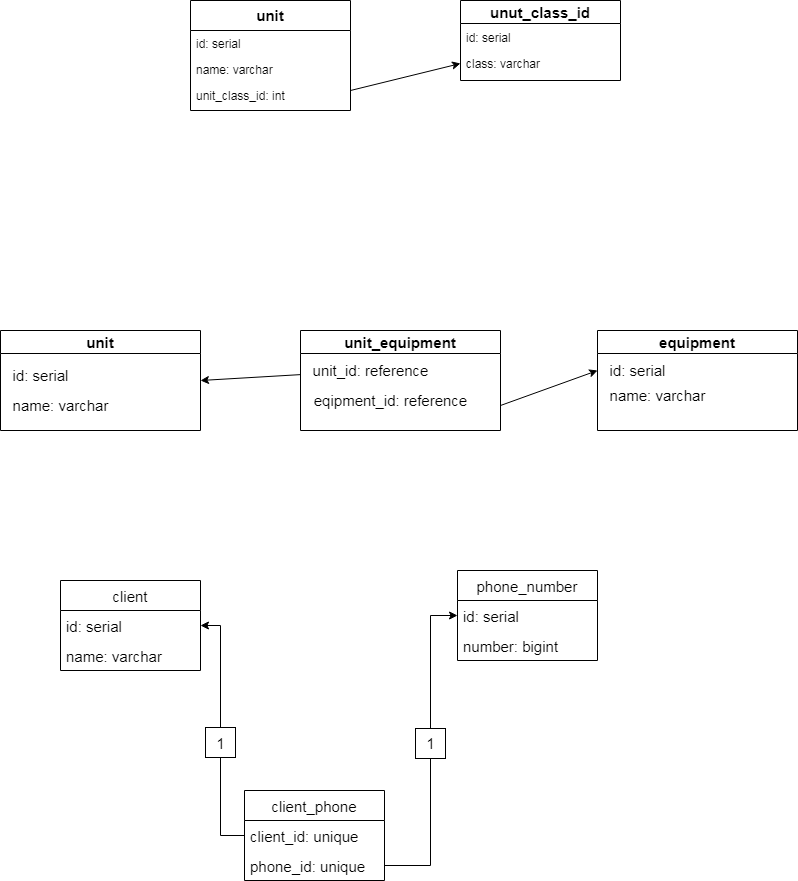
Vint-Razor/job4j_design keeps this draw.io diagram as data/postgres_script/relationships.drawio.png. Above is the earlier version. Source tidied: cells renumbered, new cells last; positions are measured from the earlier drawing's top-left corner, leaving out a move shared by most shapes.
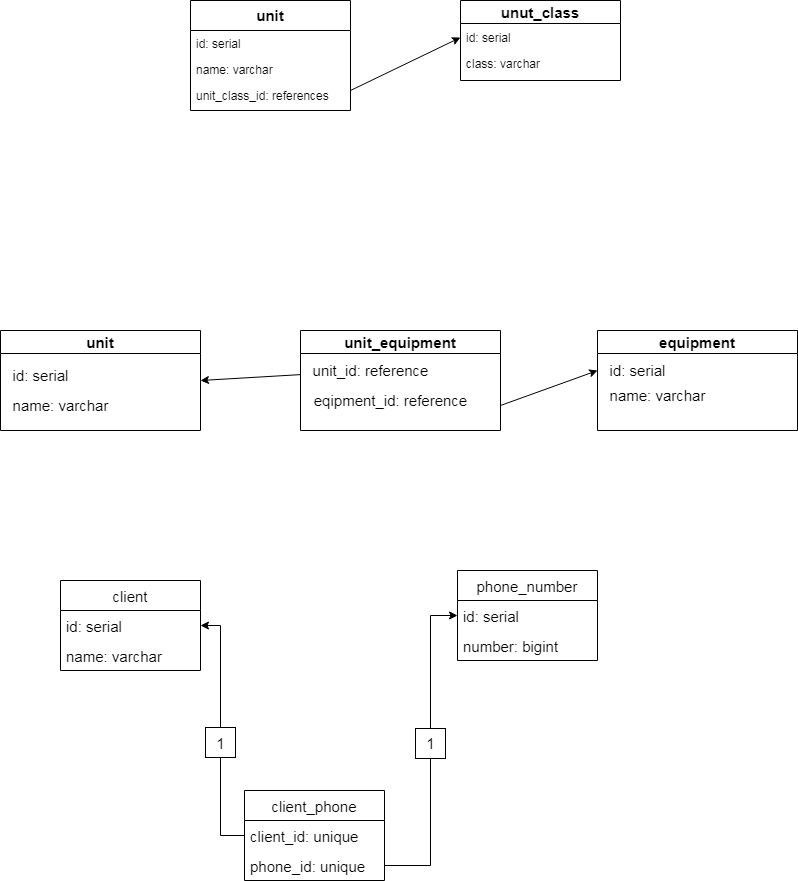
After the change.

Change to the diagram source:
```diff
@@ -11,10 +11,10 @@
     <mxCell id="4" value="name: varchar" style="text;align=left;verticalAlign=top;spacingLeft=4;spacingRight=4;overflow=hidden;rounded=0;shadow=0;html=0;" parent="2" vertex="1">
       <mxGeometry y="56" width="160" height="26" as="geometry" />
     </mxCell>
-    <mxCell id="5" value="unit_class_id: int" style="text;align=left;verticalAlign=top;spacingLeft=4;spacingRight=4;overflow=hidden;rounded=0;shadow=0;html=0;" parent="2" vertex="1">
+    <mxCell id="5" value="unit_class_id: references" style="text;align=left;verticalAlign=top;spacingLeft=4;spacingRight=4;overflow=hidden;rounded=0;shadow=0;html=0;" parent="2" vertex="1">
       <mxGeometry y="82" width="160" height="26" as="geometry" />
     </mxCell>
-    <mxCell id="6" value="unut_class_id" style="swimlane;fontSize=15;" parent="1" vertex="1">
+    <mxCell id="6" value="unut_class" style="swimlane;fontSize=15;" parent="1" vertex="1">
       <mxGeometry x="460" width="160" height="80" as="geometry" />
     </mxCell>
     <mxCell id="7" value="id: serial" style="text;align=left;verticalAlign=top;spacingLeft=4;spacingRight=4;overflow=hidden;points=[[0,0.5],[1,0.5]];portConstraint=eastwest;" parent="6" vertex="1">
@@ -23,7 +23,7 @@
     <mxCell id="8" value="class: varchar" style="text;align=left;verticalAlign=top;spacingLeft=4;spacingRight=4;overflow=hidden;points=[[0,0.5],[1,0.5]];portConstraint=eastwest;rounded=0;shadow=0;html=0;" parent="6" vertex="1">
       <mxGeometry y="50" width="160" height="26" as="geometry" />
     </mxCell>
-    <mxCell id="9" style="endArrow=classic;html=1;rounded=0;fontSize=15;entryX=0;entryY=0.5;entryDx=0;entryDy=0;" parent="1" edge="1" target="8">
+    <mxCell id="9" style="endArrow=classic;html=1;rounded=0;fontSize=15;entryX=0;entryY=0.5;entryDx=0;entryDy=0;" parent="1" edge="1" target="7">
       <mxGeometry relative="1" as="geometry">
         <mxPoint x="350" y="90" as="sourcePoint" />
       </mxGeometry>
```
